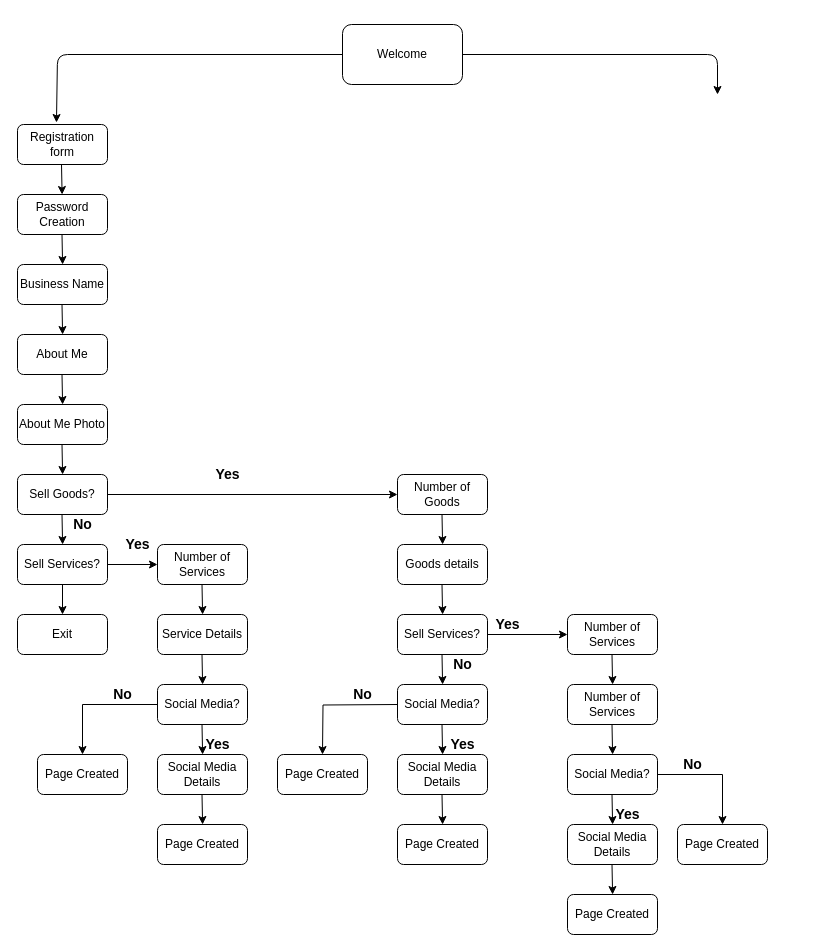
Above: app_eng_updated.drawio in willdonlan8/test (draw.io), before the change. Source tidied: cells renumbered, new cells numbered last; positions are measured from the earlier drawing's top-left corner, leaving out a move shared by most shapes. Both pictures are drawn from the tidied source at 100%, with x=0, y=0 at pixel (17, 24).
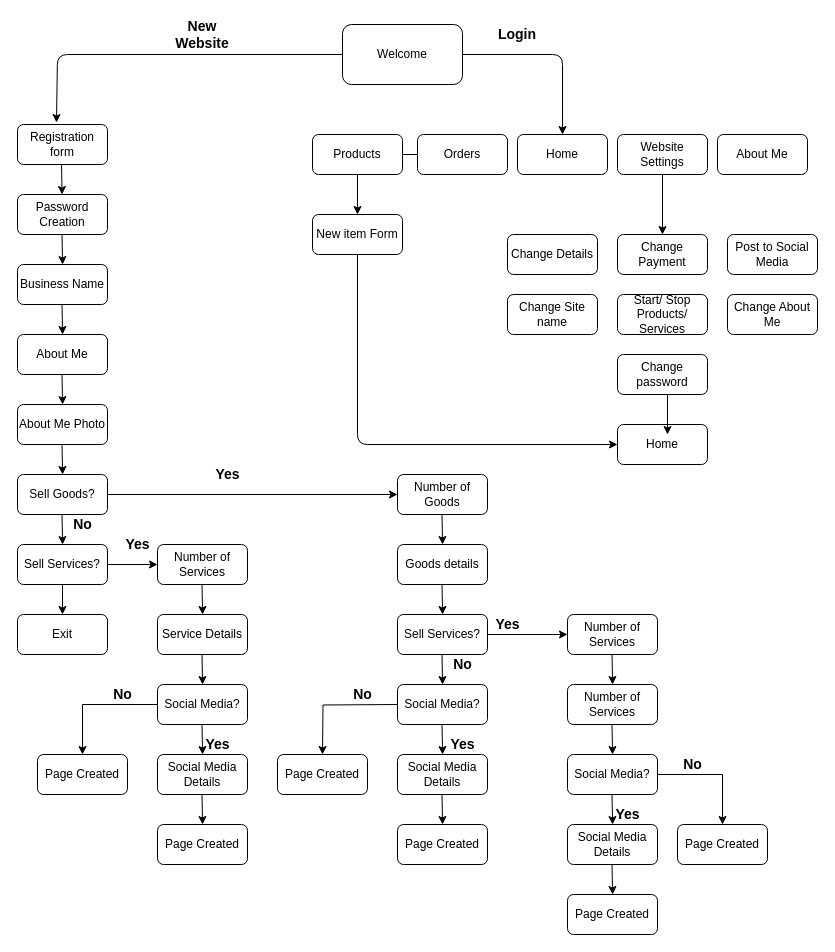
After the change.

Change to the diagram source:
```diff
@@
-    <mxCell id="5" style="endArrow=classic;html=1;" parent="1" edge="1">
+    <mxCell id="5" style="endArrow=classic;html=1;entryX=0.5;entryY=0;entryDx=0;entryDy=0;" parent="1" edge="1" target="73">
       <mxGeometry relative="1" as="geometry">
         <mxPoint x="445" y="30" as="sourcePoint" />
-        <mxPoint x="700" y="70" as="targetPoint" />
         <Array as="points">
-          <mxPoint x="700" y="30" />
+          <mxPoint x="545" y="30" />
         </Array>
       </mxGeometry>
     </mxCell>
@@
+    <mxCell id="69" value="&lt;font style=&quot;font-size: 14px&quot;&gt;&lt;b&gt;New Website&lt;/b&gt;&lt;/font&gt;" style="text;html=1;strokeColor=none;fillColor=none;align=center;verticalAlign=middle;whiteSpace=wrap;rounded=0;" parent="1" vertex="1">
+      <mxGeometry x="165" width="40" height="20" as="geometry" />
+    </mxCell>
+    <mxCell id="70" value="&lt;font style=&quot;font-size: 14px&quot;&gt;&lt;b&gt;Login&lt;/b&gt;&lt;/font&gt;" style="text;html=1;strokeColor=none;fillColor=none;align=center;verticalAlign=middle;whiteSpace=wrap;rounded=0;" parent="1" vertex="1">
+      <mxGeometry x="480" width="40" height="20" as="geometry" />
+    </mxCell>
+    <mxCell id="71" value="Orders" style="rounded=1;whiteSpace=wrap;html=1;" parent="1" vertex="1">
+      <mxGeometry x="400" y="110" width="90" height="40" as="geometry" />
+    </mxCell>
+    <mxCell id="72" value="Products" style="rounded=1;whiteSpace=wrap;html=1;" parent="1" vertex="1">
+      <mxGeometry x="295" y="110" width="90" height="40" as="geometry" />
+    </mxCell>
+    <mxCell id="73" value="Home" style="rounded=1;whiteSpace=wrap;html=1;" parent="1" vertex="1">
+      <mxGeometry x="500" y="110" width="90" height="40" as="geometry" />
+    </mxCell>
+    <mxCell id="74" value="About Me" style="rounded=1;whiteSpace=wrap;html=1;" parent="1" vertex="1">
+      <mxGeometry x="700" y="110" width="90" height="40" as="geometry" />
+    </mxCell>
+    <mxCell id="75" value="Website Settings" style="rounded=1;whiteSpace=wrap;html=1;" parent="1" vertex="1">
+      <mxGeometry x="600" y="110" width="90" height="40" as="geometry" />
+    </mxCell>
+    <mxCell id="76" value="New item Form" style="rounded=1;whiteSpace=wrap;html=1;" parent="1" vertex="1">
+      <mxGeometry x="295" y="190" width="90" height="40" as="geometry" />
+    </mxCell>
+    <mxCell id="77" value="Change Details" style="rounded=1;whiteSpace=wrap;html=1;" parent="1" vertex="1">
+      <mxGeometry x="490" y="210" width="90" height="40" as="geometry" />
+    </mxCell>
+    <mxCell id="78" value="Change Site name" style="rounded=1;whiteSpace=wrap;html=1;" parent="1" vertex="1">
+      <mxGeometry x="490" y="270" width="90" height="40" as="geometry" />
+    </mxCell>
+    <mxCell id="79" value="Change password" style="rounded=1;whiteSpace=wrap;html=1;" parent="1" vertex="1">
+      <mxGeometry x="600" y="330" width="90" height="40" as="geometry" />
+    </mxCell>
+    <mxCell id="80" value="Change About Me" style="rounded=1;whiteSpace=wrap;html=1;" parent="1" vertex="1">
+      <mxGeometry x="710" y="270" width="90" height="40" as="geometry" />
+    </mxCell>
+    <mxCell id="81" value="Start/ Stop Products/ Services" style="rounded=1;whiteSpace=wrap;html=1;" parent="1" vertex="1">
+      <mxGeometry x="600" y="270" width="90" height="40" as="geometry" />
+    </mxCell>
+    <mxCell id="82" value="Post to Social Media" style="rounded=1;whiteSpace=wrap;html=1;" parent="1" vertex="1">
+      <mxGeometry x="710" y="210" width="90" height="40" as="geometry" />
+    </mxCell>
+    <mxCell id="83" value="Change Payment" style="rounded=1;whiteSpace=wrap;html=1;" parent="1" vertex="1">
+      <mxGeometry x="600" y="210" width="90" height="40" as="geometry" />
+    </mxCell>
+    <mxCell id="84" value="Home" style="rounded=1;whiteSpace=wrap;html=1;" parent="1" vertex="1">
+      <mxGeometry x="600" y="400" width="90" height="40" as="geometry" />
+    </mxCell>
+    <mxCell id="85" style="endArrow=classic;html=1;exitX=0.5;exitY=1;exitDx=0;exitDy=0;entryX=0;entryY=0.5;entryDx=0;entryDy=0;" parent="1" edge="1" source="76" target="84">
+      <mxGeometry relative="1" as="geometry">
+        <Array as="points">
+          <mxPoint x="340" y="420" />
+        </Array>
+      </mxGeometry>
+    </mxCell>
+    <mxCell id="86" style="endArrow=classic;html=1;exitX=0.5;exitY=1;exitDx=0;exitDy=0;" parent="1" edge="1" source="72" target="76">
+      <mxGeometry relative="1" as="geometry" />
+    </mxCell>
+    <mxCell id="87" style="endArrow=classic;html=1;exitX=0.5;exitY=1;exitDx=0;exitDy=0;entryX=0.5;entryY=0;entryDx=0;entryDy=0;" parent="1" edge="1" source="75" target="83">
+      <mxGeometry relative="1" as="geometry" />
+    </mxCell>
+    <mxCell id="88" style="endArrow=none;html=1;exitX=1;exitY=0.5;exitDx=0;exitDy=0;" parent="1" edge="1" source="72" target="71">
+      <mxGeometry relative="1" as="geometry" />
+    </mxCell>
+    <mxCell id="89" style="endArrow=classic;html=1;entryX=0.556;entryY=0.25;entryDx=0;entryDy=0;entryPerimeter=0;" parent="1" edge="1" target="84">
+      <mxGeometry relative="1" as="geometry">
+        <mxPoint x="650" y="370" as="sourcePoint" />
+      </mxGeometry>
+    </mxCell>
```
